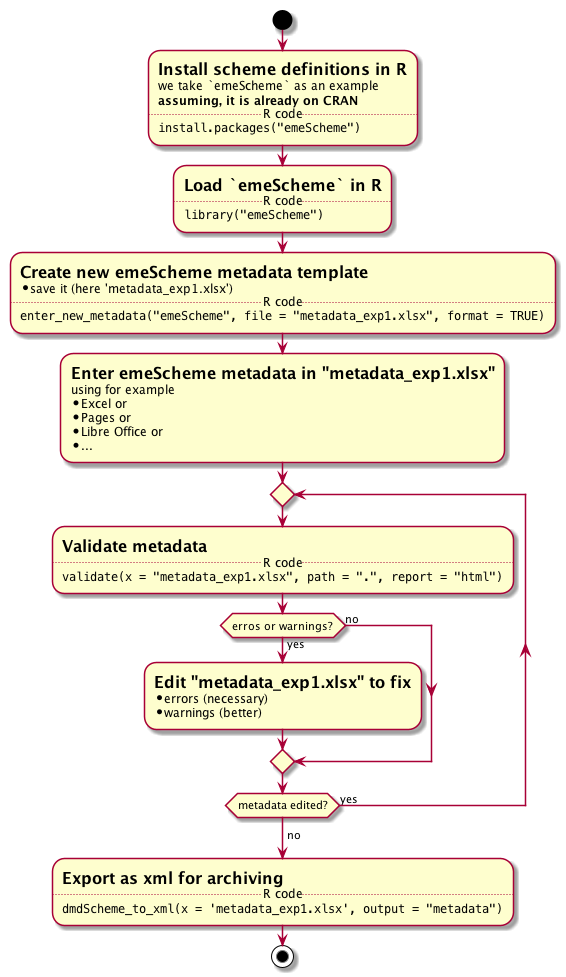
Before: docs/fig/workflow_enterMetaData.png, a diagram exported from PlantUML (rkrug/GFO_2019).
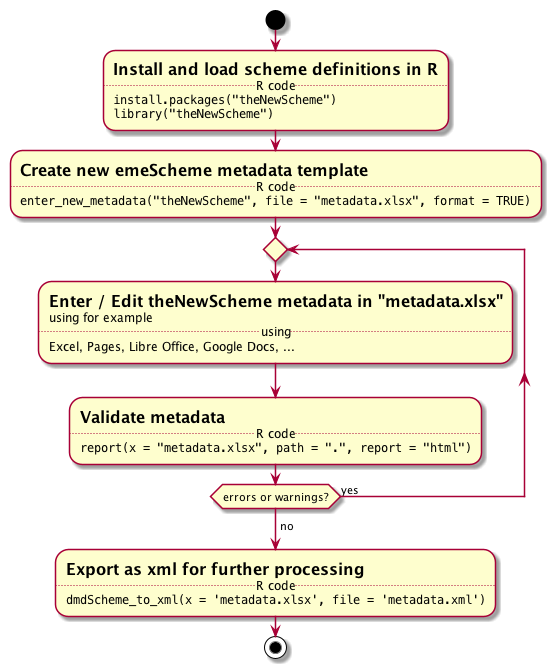
After the commit.

The edit, as a diff of the source:
```diff
@@ -1,39 +1,26 @@
 @startuml
 
 start
-:= Install scheme definitions in R
-we take `emeScheme` as an example
-**assuming, it is already on CRAN**
+:= Install and load scheme definitions in R
 ..R code..
-""install.packages("emeScheme")"";
-:= Load `emeScheme` in R
+""install.packages("theNewScheme")""
+""library("theNewScheme")"";
+:= Create new emeScheme metadata template
 ..R code..
-""library("emeScheme")"";
-:= Create new emeScheme metadata template
-* save it (here 'metadata_exp1.xlsx')
-..R code..
-""enter_new_metadata("emeScheme", file = "metadata_exp1.xlsx", format = TRUE)"";
-:= Enter emeScheme metadata in "metadata_exp1.xlsx"
-using for example
-* Excel or
-* Pages or
-* Libre Office or
-* ...;
+""enter_new_metadata("theNewScheme", file = "metadata.xlsx", format = TRUE)"";
 repeat
+  := Enter / Edit theNewScheme metadata in "metadata.xlsx"
+  using for example
+  ..using..
+  Excel, Pages, Libre Office, Google Docs, ...;
   := Validate metadata
   ..R code..
-  ""validate(x = "metadata_exp1.xlsx", path = ".", report = "html")"";
-  if (erros or warnings?) then (yes)
-    := Edit "metadata_exp1.xlsx" to fix
-    * errors (necessary)
-    * warnings (better);
-  else (no)
-  endif
-repeat while (metadata edited?) is (yes)
+  ""report(x = "metadata.xlsx", path = ".", report = "html")"";
+repeat while (errors or warnings?) is (yes)
 -> no;
-:= Export as xml for archiving
+:= Export as xml for further processing
 ..R code..
-""dmdScheme_to_xml(x = 'metadata_exp1.xlsx', output = "metadata")"";
+""dmdScheme_to_xml(x = 'metadata.xlsx', file = 'metadata.xml')"";
 stop
 
 @enduml
```
